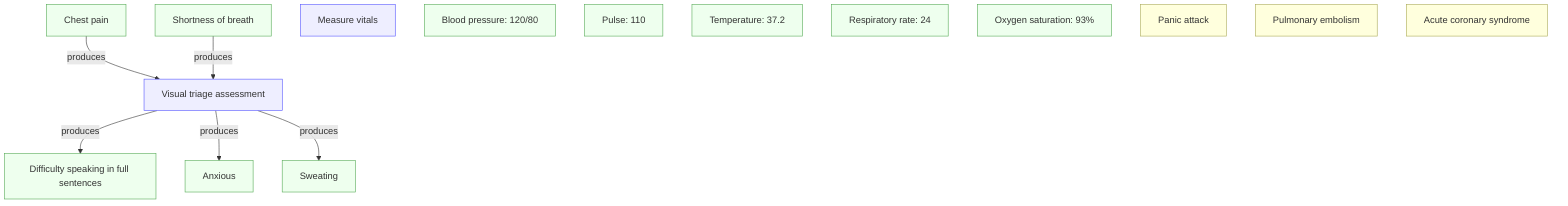
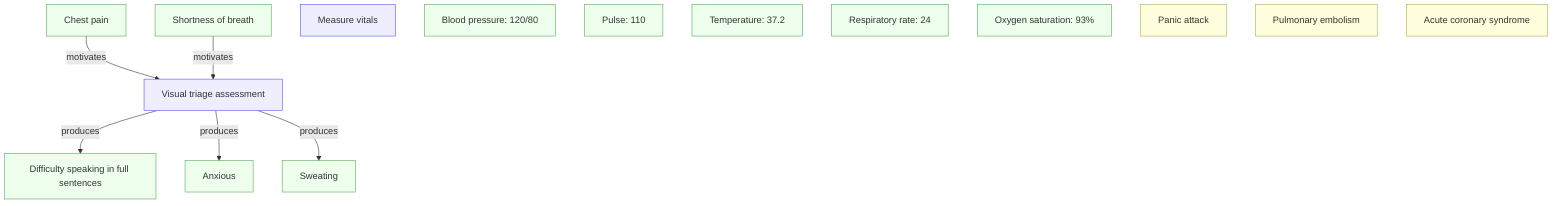
flowchart TD
  O1["Chest pain"]
  O2["Shortness of breath"]

  A1["Visual triage assessment"]
  O6["Difficulty speaking in full sentences"]
  O7["Anxious"]
  O8["Sweating"]

  A2["Measure vitals"]
  O3["Blood pressure: 120/80"]
  O4["Pulse: 110"]
  O5["Temperature: 37.2"]
  O9["Respiratory rate: 24"]
  O10["Oxygen saturation: 93%"]

-   O1 -->|produces| A1
-   O2 -->|produces| A1
+   O1 -->|motivates| A1
+   O2 -->|motivates| A1

  A1 -->|produces| O6
  A1 -->|produces| O7
  A1 -->|produces| O8

  H1["Panic attack"]
  H2["Pulmonary embolism"]
  H3["Acute coronary syndrome"]

  classDef obs fill:#efe,stroke:#5a5;
  classDef action fill:#eef,stroke:#55f;
  classDef hyo fill:#ffd,stroke:#aa5

  class O1 obs
  class O2 obs
  class O3 obs
  class O4 obs
  class O5 obs
  class O6 obs
  class O7 obs
  class O8 obs
  class O9 obs
  class O10 obs
  class A1 action
  class A2 action
  class H1 hyo
  class H2 hyo
  class H3 hyo



